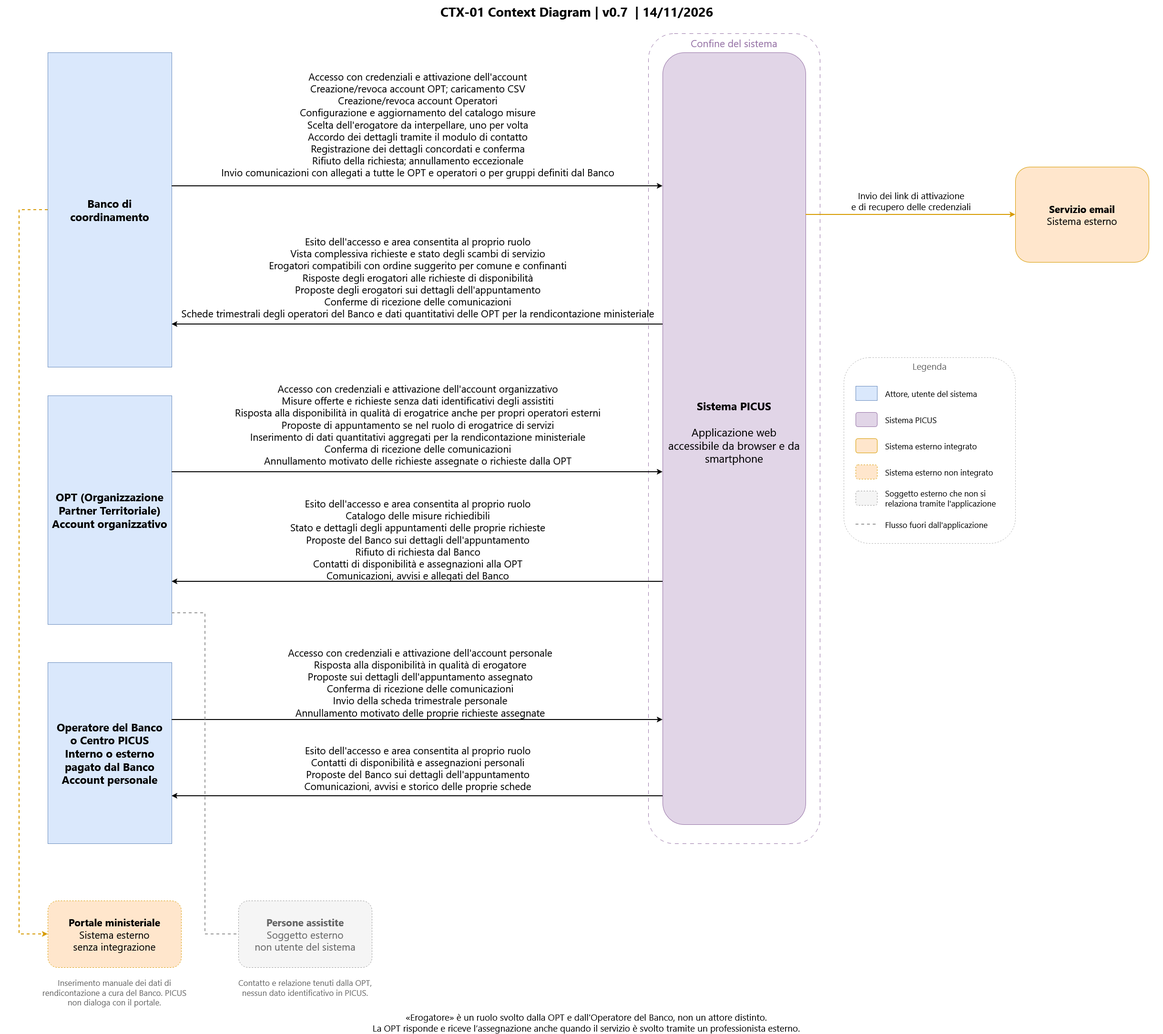
This is docs/architecture/diagrams/contesto/Context Diagram.png from Pinguini-alla-Fragola/Progetto-SAD, a draw.io export, as it was before one commit. Source tidied: cells renumbered, new cells last; positions are measured from the earlier drawing's top-left corner, leaving out a move shared by most shapes. Source of this version:
```xml
<mxGraphModel background="light-dark(#FFFFFF,#000000)">
  <root>
    <mxCell id="0" />
    <mxCell id="1" parent="0" />
    <mxCell id="2" value="CTX-01  Context Diagram  |  v0.7&amp;nbsp; |  14/11/2026" style="whiteSpace=wrap;html=1;align=center;verticalAlign=middle;fontFamily=Segoe UI;fillColor=none;strokeColor=none;fontSize=27;fontStyle=1;" parent="1" vertex="1">
      <mxGeometry width="2420" height="45" as="geometry" />
    </mxCell>
    <mxCell id="3" value="Confine del sistema" style="whiteSpace=wrap;html=1;align=center;verticalAlign=top;fontFamily=Segoe UI;fontSize=21;fillColor=none;strokeColor=#9673a6;fontColor=#9673a6;dashed=1;dashPattern=8 8;rounded=1;" parent="1" vertex="1">
      <mxGeometry x="1360" y="70" width="360" height="1700" as="geometry" />
    </mxCell>
    <mxCell id="4" value="&lt;b&gt;Sistema PICUS&lt;/b&gt;&lt;br&gt;&lt;br&gt;Applicazione web&lt;br&gt;accessibile da browser e da smartphone&lt;div&gt;&lt;br/&gt;&lt;/div&gt;" style="whiteSpace=wrap;html=1;align=center;verticalAlign=middle;fontFamily=Segoe UI;fontSize=23;fillColor=#e1d5e7;strokeColor=#9673a6;rounded=1;" parent="1" vertex="1">
      <mxGeometry x="1390" y="110" width="300" height="1620" as="geometry" />
    </mxCell>
    <mxCell id="5" value="&lt;b&gt;Banco di&lt;br&gt;coordinamento&lt;/b&gt;" style="whiteSpace=wrap;html=1;align=center;verticalAlign=middle;fontFamily=Segoe UI;fontSize=23;fillColor=#dae8fc;strokeColor=#6c8ebf;" parent="1" vertex="1">
      <mxGeometry x="100" y="110" width="260" height="660" as="geometry" />
    </mxCell>
    <mxCell id="6" value="&lt;b&gt;OPT (Organizzazione Partner Territoriale)&lt;br&gt;Account organizzativo&lt;/b&gt;" style="whiteSpace=wrap;html=1;align=center;verticalAlign=middle;fontFamily=Segoe UI;fontSize=23;fillColor=#dae8fc;strokeColor=#6c8ebf;" parent="1" vertex="1">
      <mxGeometry x="100" y="830" width="260" height="480" as="geometry" />
    </mxCell>
    <mxCell id="7" value="&lt;b&gt;Operatore del Banco&lt;br&gt;o Centro PICUS&lt;br&gt;Interno o esterno&lt;br&gt;pagato dal Banco&lt;br&gt;Account personale&lt;/b&gt;" style="whiteSpace=wrap;html=1;align=center;verticalAlign=middle;fontFamily=Segoe UI;fontSize=23;fillColor=#dae8fc;strokeColor=#6c8ebf;" parent="1" vertex="1">
      <mxGeometry x="100" y="1390" width="260" height="380" as="geometry" />
    </mxCell>
    <mxCell id="8" value="&lt;b&gt;Servizio email&lt;/b&gt;&lt;br&gt;Sistema esterno" style="whiteSpace=wrap;html=1;align=center;verticalAlign=middle;fontFamily=Segoe UI;fontSize=21;fillColor=#ffe6cc;strokeColor=#d79b00;rounded=1;" parent="1" vertex="1">
      <mxGeometry x="2130" y="350" width="280" height="200" as="geometry" />
    </mxCell>
    <mxCell id="9" value="&lt;b&gt;Portale ministeriale&lt;/b&gt;&lt;br&gt;Sistema esterno&lt;br&gt;senza integrazione" style="whiteSpace=wrap;html=1;align=center;verticalAlign=middle;fontFamily=Segoe UI;fontSize=21;fillColor=#ffe6cc;strokeColor=#d79b00;dashed=1;rounded=1;" parent="1" vertex="1">
      <mxGeometry x="100" y="1890" width="280" height="140" as="geometry" />
    </mxCell>
    <mxCell id="10" value="Inserimento manuale dei dati di rendicontazione a cura del Banco. PICUS non dialoga con il portale." style="whiteSpace=wrap;html=1;align=center;verticalAlign=top;fontFamily=Segoe UI;fontSize=17;fillColor=none;strokeColor=none;fontColor=#666666;" parent="1" vertex="1">
      <mxGeometry x="80" y="2045" width="320" height="90" as="geometry" />
    </mxCell>
    <mxCell id="11" value="&lt;b&gt;Persone assistite&lt;/b&gt;&lt;br&gt;Soggetto esterno&lt;br&gt;non utente del sistema" style="whiteSpace=wrap;html=1;align=center;verticalAlign=middle;fontFamily=Segoe UI;fontSize=21;fillColor=#f5f5f5;strokeColor=#999999;fontColor=#666666;dashed=1;rounded=1;" parent="1" vertex="1">
      <mxGeometry x="500" y="1890" width="280" height="140" as="geometry" />
    </mxCell>
    <mxCell id="12" value="Contatto e relazione tenuti dalla OPT, nessun dato identificativo in PICUS." style="whiteSpace=wrap;html=1;align=center;verticalAlign=top;fontFamily=Segoe UI;fontSize=17;fillColor=none;strokeColor=none;fontColor=#666666;" parent="1" vertex="1">
      <mxGeometry x="480" y="2045" width="320" height="90" as="geometry" />
    </mxCell>
    <mxCell id="13" style="endArrow=classic;html=1;rounded=0;strokeWidth=2;exitX=1;exitY=0.4242;entryX=0;entryY=0.1728;" parent="1" edge="1" source="5" target="4">
      <mxGeometry relative="1" as="geometry" />
    </mxCell>
    <mxCell id="14" value="Accesso con credenziali e attivazione dell'account&lt;br&gt;Creazione/revoca account OPT; caricamento CSV&lt;br&gt;Creazione/revoca account Operatori&lt;br&gt;Configurazione e aggiornamento del catalogo misure&lt;br&gt;Scelta dell'erogatore da interpellare, uno per volta&lt;br&gt;Accordo dei dettagli tramite il modulo di contatto&lt;br&gt;Registrazione dei dettagli concordati e conferma&lt;br&gt;Rifiuto della richiesta; annullamento eccezionale&lt;br&gt;Invio comunicazioni con allegati a tutte le OPT e operatori o per gruppi definiti dal Banco" style="edgeLabel;html=1;align=center;verticalAlign=middle;fontFamily=Segoe UI;fontSize=21;labelBackgroundColor=none;" parent="13" vertex="1">
      <mxGeometry y="-136" relative="1" as="geometry">
        <mxPoint y="-266" as="offset" />
      </mxGeometry>
    </mxCell>
    <mxCell id="15" style="endArrow=classic;html=1;rounded=0;strokeWidth=2;exitX=0;exitY=0.3519;entryX=1;entryY=0.8636;" parent="1" edge="1" source="4" target="5">
      <mxGeometry relative="1" as="geometry" />
    </mxCell>
    <mxCell id="16" value="Esito dell'accesso e area consentita al proprio ruolo&lt;br&gt;Vista complessiva richieste e stato degli scambi di servizio&lt;br&gt;Erogatori compatibili con ordine suggerito per comune e confinanti&lt;br&gt;Risposte degli erogatori alle richieste di disponibilità&lt;br&gt;Proposte degli erogatori sui dettagli dell'appuntamento&lt;br&gt;Conferme di ricezione delle comunicazioni&lt;br&gt;&lt;div&gt;Schede trimestrali degli operatori del Banco e dati quantitativi delle OPT per la rendicontazione ministeriale&lt;/div&gt;" style="edgeLabel;html=1;align=center;verticalAlign=middle;fontFamily=Segoe UI;fontSize=21;labelBackgroundColor=none;" parent="15" vertex="1">
      <mxGeometry y="-122" relative="1" as="geometry">
        <mxPoint y="22" as="offset" />
      </mxGeometry>
    </mxCell>
    <mxCell id="17" style="endArrow=classic;html=1;rounded=0;strokeWidth=2;exitX=1;exitY=0.25;entryX=0;entryY=0.5185;" parent="1" edge="1">
      <mxGeometry relative="1" as="geometry">
        <mxPoint x="360" y="990" as="sourcePoint" />
        <mxPoint x="1390" y="990" as="targetPoint" />
      </mxGeometry>
    </mxCell>
    <mxCell id="18" value="Accesso con credenziali e attivazione dell'account organizzativo&lt;br&gt;Misure offerte e richieste senza dati identificativi degli assistiti&lt;br&gt;Risposta alla disponibilità in qualità di erogatrice anche per propri operatori esterni&lt;br&gt;Proposte di appuntamento se nel ruolo di erogatrice di servizi&lt;br&gt;Inserimento di dati quantitativi aggregati per la rendicontazione ministeriale&lt;br&gt;Conferma di ricezione delle comunicazioni&lt;br&gt;Annullamento motivato delle richieste assegnate o richieste dalla OPT" style="edgeLabel;html=1;align=center;verticalAlign=middle;fontFamily=Segoe UI;fontSize=21;labelBackgroundColor=none;" parent="17" vertex="1">
      <mxGeometry y="-109" relative="1" as="geometry">
        <mxPoint y="-209" as="offset" />
      </mxGeometry>
    </mxCell>
    <mxCell id="19" style="endArrow=classic;html=1;rounded=0;strokeWidth=2;exitX=0;exitY=0.6852;entryX=1;entryY=0.8125;" parent="1" edge="1" source="4" target="6">
      <mxGeometry relative="1" as="geometry" />
    </mxCell>
    <mxCell id="20" value="Esito dell'accesso e area consentita al proprio ruolo&lt;br&gt;Catalogo delle misure richiedibili&lt;br&gt;Stato e dettagli degli appuntamenti delle proprie richieste&lt;br&gt;Proposte del Banco sui dettagli dell'appuntamento&lt;br&gt;Rifiuto di richiesta dal Banco&lt;br&gt;Contatti di disponibilità e assegnazioni alla OPT&lt;br&gt;Comunicazioni, avvisi e allegati del Banco" style="edgeLabel;html=1;align=center;verticalAlign=middle;fontFamily=Segoe UI;fontSize=21;labelBackgroundColor=none;" parent="19" vertex="1">
      <mxGeometry y="-109" relative="1" as="geometry">
        <mxPoint y="19" as="offset" />
      </mxGeometry>
    </mxCell>
    <mxCell id="21" style="endArrow=classic;html=1;rounded=0;strokeWidth=2;exitX=1;exitY=0.2105;entryX=0;entryY=0.8395;" parent="1" edge="1">
      <mxGeometry relative="1" as="geometry">
        <mxPoint x="360" y="1510" as="sourcePoint" />
        <mxPoint x="1390" y="1510" as="targetPoint" />
        <Array as="points">
          <mxPoint x="1200" y="1510" />
        </Array>
      </mxGeometry>
    </mxCell>
    <mxCell id="22" value="Accesso con credenziali e attivazione dell'account personale&lt;br&gt;Risposta alla disponibilità in qualità di erogatore&lt;br&gt;Proposte sui dettagli dell'appuntamento assegnato&lt;br&gt;Conferma di ricezione delle comunicazioni&lt;br&gt;Invio della scheda trimestrale personale&lt;br&gt;Annullamento motivato delle proprie richieste assegnate" style="edgeLabel;html=1;align=center;verticalAlign=middle;fontFamily=Segoe UI;fontSize=21;labelBackgroundColor=none;" parent="21" vertex="1">
      <mxGeometry y="-95" relative="1" as="geometry">
        <mxPoint x="5" y="-175" as="offset" />
      </mxGeometry>
    </mxCell>
    <mxCell id="23" style="endArrow=classic;html=1;rounded=0;strokeWidth=2;exitX=0;exitY=0.9630;entryX=1;entryY=0.7368;" parent="1" edge="1" source="4" target="7">
      <mxGeometry relative="1" as="geometry" />
    </mxCell>
    <mxCell id="24" value="Esito dell'accesso e area consentita al proprio ruolo&lt;br&gt;Contatti di disponibilità e assegnazioni personali&lt;br&gt;Proposte del Banco sui dettagli dell'appuntamento&lt;br&gt;Comunicazioni, avvisi e storico delle proprie schede" style="edgeLabel;html=1;align=center;verticalAlign=middle;fontFamily=Segoe UI;fontSize=21;labelBackgroundColor=none;" parent="23" vertex="1">
      <mxGeometry y="-68" relative="1" as="geometry">
        <mxPoint y="8" as="offset" />
      </mxGeometry>
    </mxCell>
    <mxCell id="25" style="endArrow=classic;html=1;rounded=0;strokeWidth=2;strokeColor=#d79b00;exitX=1;exitY=0.2099;entryX=0;entryY=0.5;" parent="1" edge="1" source="4" target="8">
      <mxGeometry relative="1" as="geometry" />
    </mxCell>
    <mxCell id="26" value="Invio dei link di attivazione&lt;br&gt;e di recupero delle credenziali" style="edgeLabel;html=1;align=center;verticalAlign=middle;fontFamily=Segoe UI;fontSize=19;labelBackgroundColor=none;" parent="25" vertex="1">
      <mxGeometry y="-51" relative="1" as="geometry">
        <mxPoint y="-81" as="offset" />
      </mxGeometry>
    </mxCell>
    <mxCell id="27" style="endArrow=classic;html=1;rounded=0;strokeWidth=2;dashed=1;strokeColor=#d79b00;edgeStyle=orthogonalEdgeStyle;exitX=0;exitY=0.5;entryX=0;entryY=0.5;" parent="1" edge="1" source="5" target="9">
      <mxGeometry relative="1" as="geometry">
        <Array as="points">
          <mxPoint x="40" y="440" />
          <mxPoint x="40" y="1960" />
        </Array>
      </mxGeometry>
    </mxCell>
    <mxCell id="28" style="endArrow=none;startArrow=none;dashed=1;html=1;rounded=0;strokeWidth=2;strokeColor=#999999;edgeStyle=orthogonalEdgeStyle;exitX=1;exitY=0.95;entryX=0;entryY=0.5;" parent="1" edge="1" source="6" target="11">
      <mxGeometry relative="1" as="geometry">
        <Array as="points">
          <mxPoint x="430" y="1286" />
          <mxPoint x="430" y="1960" />
        </Array>
      </mxGeometry>
    </mxCell>
    <mxCell id="29" value="Legenda" style="whiteSpace=wrap;html=1;align=center;verticalAlign=top;fontFamily=Segoe UI;fontSize=19;fillColor=none;strokeColor=#b3b3b3;dashed=1;rounded=1;fontColor=#666666;" parent="1" vertex="1">
      <mxGeometry x="1770" y="750" width="360" height="390" as="geometry" />
    </mxCell>
    <mxCell id="30" style="whiteSpace=wrap;html=1;fillColor=#dae8fc;strokeColor=#6c8ebf;" parent="1" vertex="1">
      <mxGeometry x="1795" y="810" width="45" height="30" as="geometry" />
    </mxCell>
    <mxCell id="31" value="Attore, utente del sistema" style="text;html=1;align=left;verticalAlign=middle;fontFamily=Segoe UI;fontSize=17;" parent="1" vertex="1">
      <mxGeometry x="1855" y="810" width="255" height="30" as="geometry" />
    </mxCell>
    <mxCell id="32" style="whiteSpace=wrap;html=1;fillColor=#e1d5e7;strokeColor=#9673a6;rounded=1;" parent="1" vertex="1">
      <mxGeometry x="1795" y="865" width="45" height="30" as="geometry" />
    </mxCell>
    <mxCell id="33" value="Sistema PICUS" style="text;html=1;align=left;verticalAlign=middle;fontFamily=Segoe UI;fontSize=17;" parent="1" vertex="1">
      <mxGeometry x="1855" y="865" width="255" height="30" as="geometry" />
    </mxCell>
    <mxCell id="34" style="whiteSpace=wrap;html=1;fillColor=#ffe6cc;strokeColor=#d79b00;rounded=1;" parent="1" vertex="1">
      <mxGeometry x="1795" y="920" width="45" height="30" as="geometry" />
    </mxCell>
    <mxCell id="35" value="Sistema esterno integrato" style="text;html=1;align=left;verticalAlign=middle;fontFamily=Segoe UI;fontSize=17;" parent="1" vertex="1">
      <mxGeometry x="1855" y="920" width="255" height="30" as="geometry" />
    </mxCell>
    <mxCell id="36" style="whiteSpace=wrap;html=1;fillColor=#ffe6cc;strokeColor=#d79b00;dashed=1;rounded=1;" parent="1" vertex="1">
      <mxGeometry x="1795" y="975" width="45" height="30" as="geometry" />
    </mxCell>
    <mxCell id="37" value="Sistema esterno non integrato" style="text;html=1;align=left;verticalAlign=middle;fontFamily=Segoe UI;fontSize=17;" parent="1" vertex="1">
      <mxGeometry x="1855" y="975" width="255" height="30" as="geometry" />
    </mxCell>
    <mxCell id="38" style="whiteSpace=wrap;html=1;fillColor=#f5f5f5;strokeColor=#999999;dashed=1;rounded=1;" parent="1" vertex="1">
      <mxGeometry x="1795" y="1030" width="45" height="30" as="geometry" />
    </mxCell>
    <mxCell id="39" value="&lt;div&gt;Soggetto esterno che non si&amp;nbsp;&lt;/div&gt;&lt;div&gt;relaziona tramite&amp;nbsp;l'applicazione&lt;/div&gt;" style="text;html=1;align=left;verticalAlign=middle;fontFamily=Segoe UI;fontSize=17;" parent="1" vertex="1">
      <mxGeometry x="1855" y="1010" width="255" height="70" as="geometry" />
    </mxCell>
    <mxCell id="40" style="shape=line;html=1;strokeWidth=2;dashed=1;strokeColor=#999999;" parent="1" vertex="1">
      <mxGeometry x="1795" y="1085" width="45" height="30" as="geometry" />
    </mxCell>
    <mxCell id="41" value="Flusso fuori dall'applicazione" style="text;html=1;align=left;verticalAlign=middle;fontFamily=Segoe UI;fontSize=17;" parent="1" vertex="1">
      <mxGeometry x="1855" y="1085" width="255" height="30" as="geometry" />
    </mxCell>
    <mxCell id="42" value="&lt;div&gt;«Erogatore» è un ruolo svolto dalla OPT e dall'Operatore del Banco, non un attore distinto.&lt;/div&gt;&lt;div&gt;La OPT risponde e riceve l’assegnazione anche quando il servizio è svolto tramite un professionista esterno.&lt;/div&gt;" style="whiteSpace=wrap;html=1;align=center;verticalAlign=middle;fontFamily=Segoe UI;fontSize=19;fillColor=none;strokeColor=none;" parent="1" vertex="1">
      <mxGeometry x="20" y="2120" width="2420" height="50" as="geometry" />
    </mxCell>
  </root>
</mxGraphModel>
```
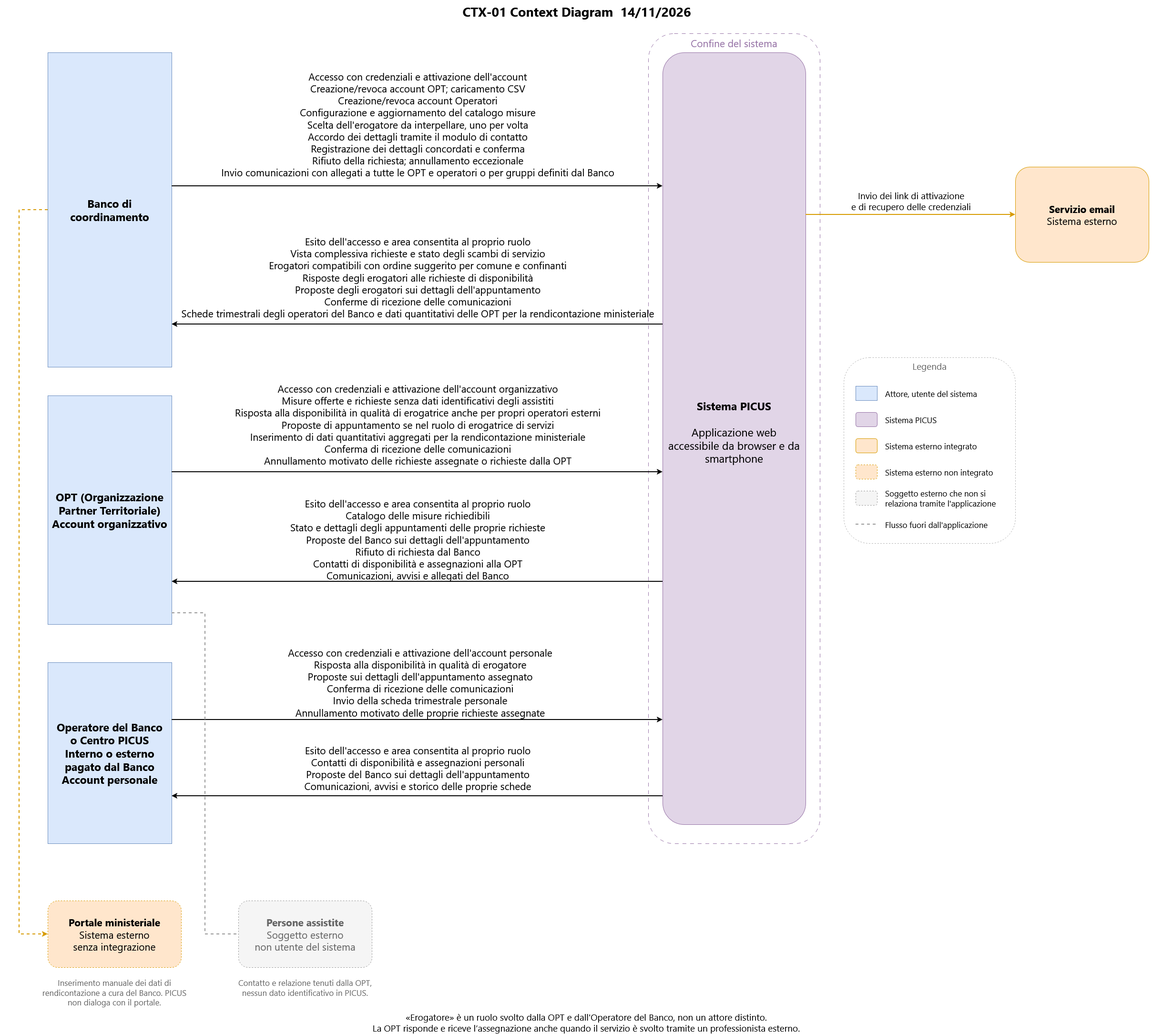
After the commit.

Commit message:
update on the name of the context diagram

What changed in the source:
```diff
@@ -1,8 +1,8 @@
-<mxGraphModel background="light-dark(#FFFFFF,#000000)">
+<mxGraphModel background="#ffffff">
   <root>
     <mxCell id="0" />
     <mxCell id="1" parent="0" />
-    <mxCell id="2" value="CTX-01  Context Diagram  |  v0.7&amp;nbsp; |  14/11/2026" style="whiteSpace=wrap;html=1;align=center;verticalAlign=middle;fontFamily=Segoe UI;fillColor=none;strokeColor=none;fontSize=27;fontStyle=1;" parent="1" vertex="1">
+    <mxCell id="2" value="CTX-01  Context Diagram&amp;nbsp; 14/11/2026" style="whiteSpace=wrap;html=1;align=center;verticalAlign=middle;fontFamily=Segoe UI;fillColor=none;strokeColor=none;fontSize=27;fontStyle=1;" parent="1" vertex="1">
       <mxGeometry width="2420" height="45" as="geometry" />
     </mxCell>
     <mxCell id="3" value="Confine del sistema" style="whiteSpace=wrap;html=1;align=center;verticalAlign=top;fontFamily=Segoe UI;fontSize=21;fillColor=none;strokeColor=#9673a6;fontColor=#9673a6;dashed=1;dashPattern=8 8;rounded=1;" parent="1" vertex="1">
```
